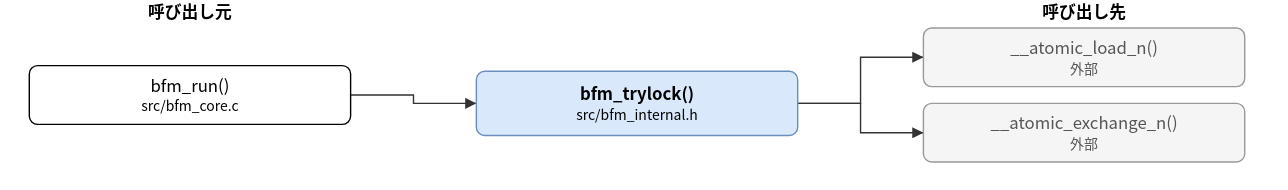
The draw.io diagram doc/spec/images/call_src_bfm_internal-bfm_trylock.drawio.svg in hf355051012-ai/bfmem, before a commit. Source tidied: cells renumbered, new cells last; positions are measured from the earlier drawing's top-left corner, leaving out a move shared by most shapes.
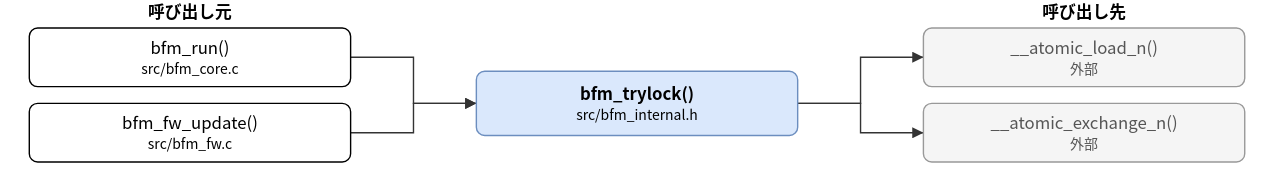
Later version of the same file.

The edit, as a diff of the source:
```diff
@@ -6,8 +6,11 @@
       <mxGeometry x="320" y="51" width="230" height="46" as="geometry" />
     </mxCell>
     <mxCell id="3" value="bfm_run()&lt;br&gt;&lt;font style=&quot;font-size:10px&quot;&gt;src/bfm_core.c&lt;/font&gt;" style="rounded=1;whiteSpace=wrap;html=1;" parent="1" vertex="1">
-      <mxGeometry y="47" width="230" height="42" as="geometry" />
+      <mxGeometry y="20" width="230" height="42" as="geometry" />
     </mxCell>
+    <mxCell id="11" value="bfm_fw_update()&lt;br&gt;&lt;font style=&quot;font-size:10px&quot;&gt;src/bfm_fw.c&lt;/font&gt;" style="rounded=1;whiteSpace=wrap;html=1;" parent="1" vertex="1">
+      <mxGeometry y="74" width="230" height="42" as="geometry" />
+    </mxCell>
     <mxCell id="4" value="__atomic_load_n()&lt;br&gt;&lt;font style=&quot;font-size:10px&quot;&gt;外部&lt;/font&gt;" style="rounded=1;whiteSpace=wrap;html=1;fillColor=#f5f5f5;strokeColor=#999999;fontColor=#555555;" parent="1" vertex="1">
       <mxGeometry x="640" y="20" width="230" height="42" as="geometry" />
     </mxCell>
@@ -17,27 +20,35 @@
     <mxCell id="6" style="edgeStyle=none;html=1;rounded=0;endArrow=block;endFill=1;exitX=1.0000;exitY=0.5000;exitDx=0;exitDy=0;exitPerimeter=0;entryX=0.0000;entryY=0.5000;entryDx=0;entryDy=0;entryPerimeter=0;" parent="1" edge="1" source="3" target="2">
       <mxGeometry relative="1" as="geometry">
         <Array as="points">
-          <mxPoint x="275" y="68" />
+          <mxPoint x="275" y="41" />
           <mxPoint x="275" y="74" />
         </Array>
       </mxGeometry>
     </mxCell>
-    <mxCell id="7" style="edgeStyle=none;html=1;rounded=0;endArrow=block;endFill=1;exitX=1.0000;exitY=0.5000;exitDx=0;exitDy=0;exitPerimeter=0;entryX=0.0000;entryY=0.5000;entryDx=0;entryDy=0;entryPerimeter=0;" parent="1" edge="1" source="2" target="4">
+    <mxCell id="7" style="edgeStyle=none;html=1;rounded=0;endArrow=block;endFill=1;exitX=1.0000;exitY=0.5000;exitDx=0;exitDy=0;exitPerimeter=0;entryX=0.0000;entryY=0.5000;entryDx=0;entryDy=0;entryPerimeter=0;" parent="1" edge="1" source="11" target="2">
       <mxGeometry relative="1" as="geometry">
         <Array as="points">
-          <mxPoint x="595" y="74" />
-          <mxPoint x="595" y="41" />
+          <mxPoint x="275" y="95" />
+          <mxPoint x="275" y="74" />
         </Array>
       </mxGeometry>
     </mxCell>
-    <mxCell id="8" style="edgeStyle=none;html=1;rounded=0;endArrow=block;endFill=1;exitX=1.0000;exitY=0.5000;exitDx=0;exitDy=0;exitPerimeter=0;entryX=0.0000;entryY=0.5000;entryDx=0;entryDy=0;entryPerimeter=0;" parent="1" edge="1" source="2" target="5">
+    <mxCell id="8" style="edgeStyle=none;html=1;rounded=0;endArrow=block;endFill=1;exitX=1.0000;exitY=0.5000;exitDx=0;exitDy=0;exitPerimeter=0;entryX=0.0000;entryY=0.5000;entryDx=0;entryDy=0;entryPerimeter=0;" parent="1" edge="1" source="2" target="4">
       <mxGeometry relative="1" as="geometry">
         <Array as="points">
           <mxPoint x="595" y="74" />
-          <mxPoint x="595" y="95" />
+          <mxPoint x="595" y="41" />
         </Array>
       </mxGeometry>
     </mxCell>
+    <mxCell id="12" style="edgeStyle=none;html=1;rounded=0;endArrow=block;endFill=1;exitX=1.0000;exitY=0.5000;exitDx=0;exitDy=0;exitPerimeter=0;entryX=0.0000;entryY=0.5000;entryDx=0;entryDy=0;entryPerimeter=0;" parent="1" edge="1" source="2" target="5">
+      <mxGeometry relative="1" as="geometry">
+        <Array as="points">
+          <mxPoint x="595" y="74" />
+          <mxPoint x="595" y="95" />
+        </Array>
+      </mxGeometry>
+    </mxCell>
     <mxCell id="9" value="呼び出し元" style="text;html=1;align=center;fontStyle=1;" parent="1" vertex="1">
       <mxGeometry x="35" width="160" height="18" as="geometry" />
     </mxCell>
```
